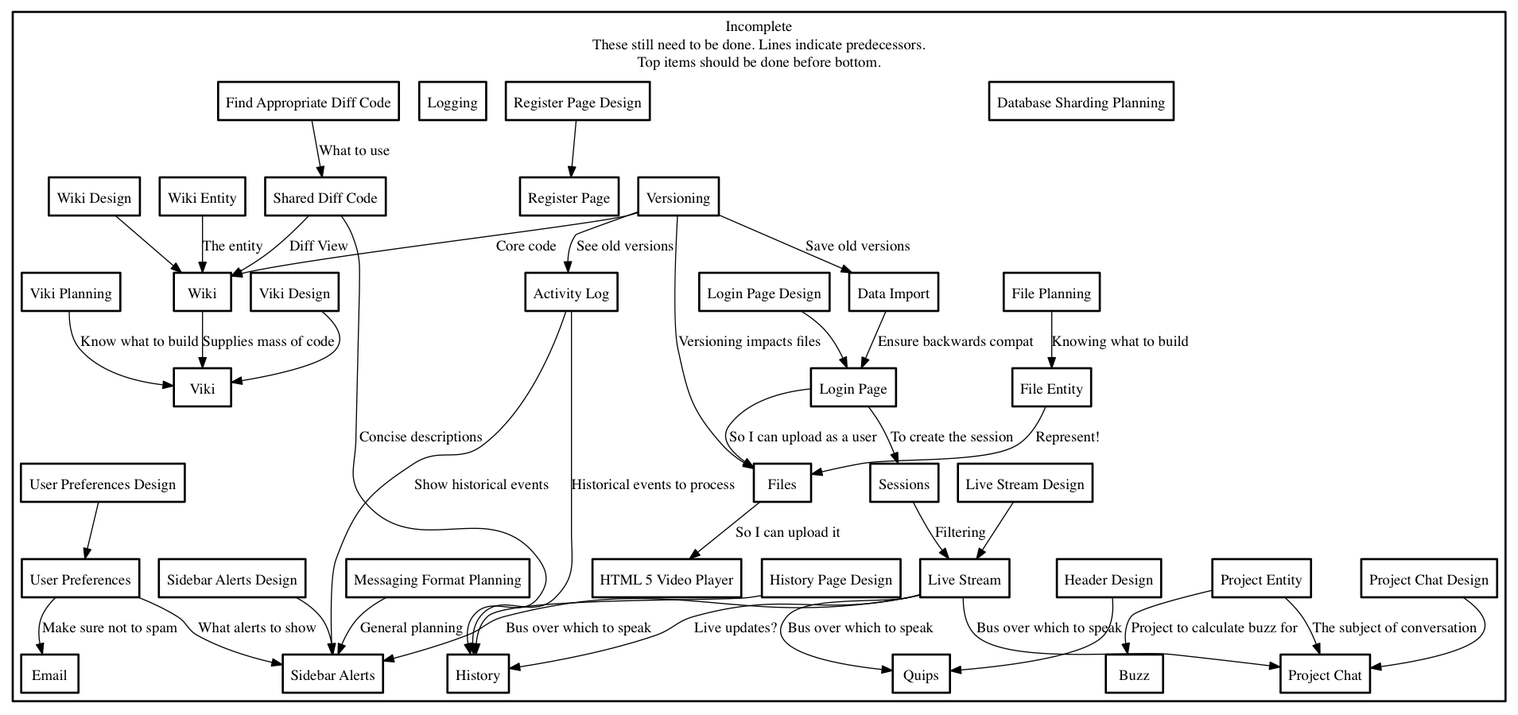
This is needed.png from negativeview/Velour-1.5, a Graphviz export, as it was before one commit. Its source is kept beside it as needed.dot.
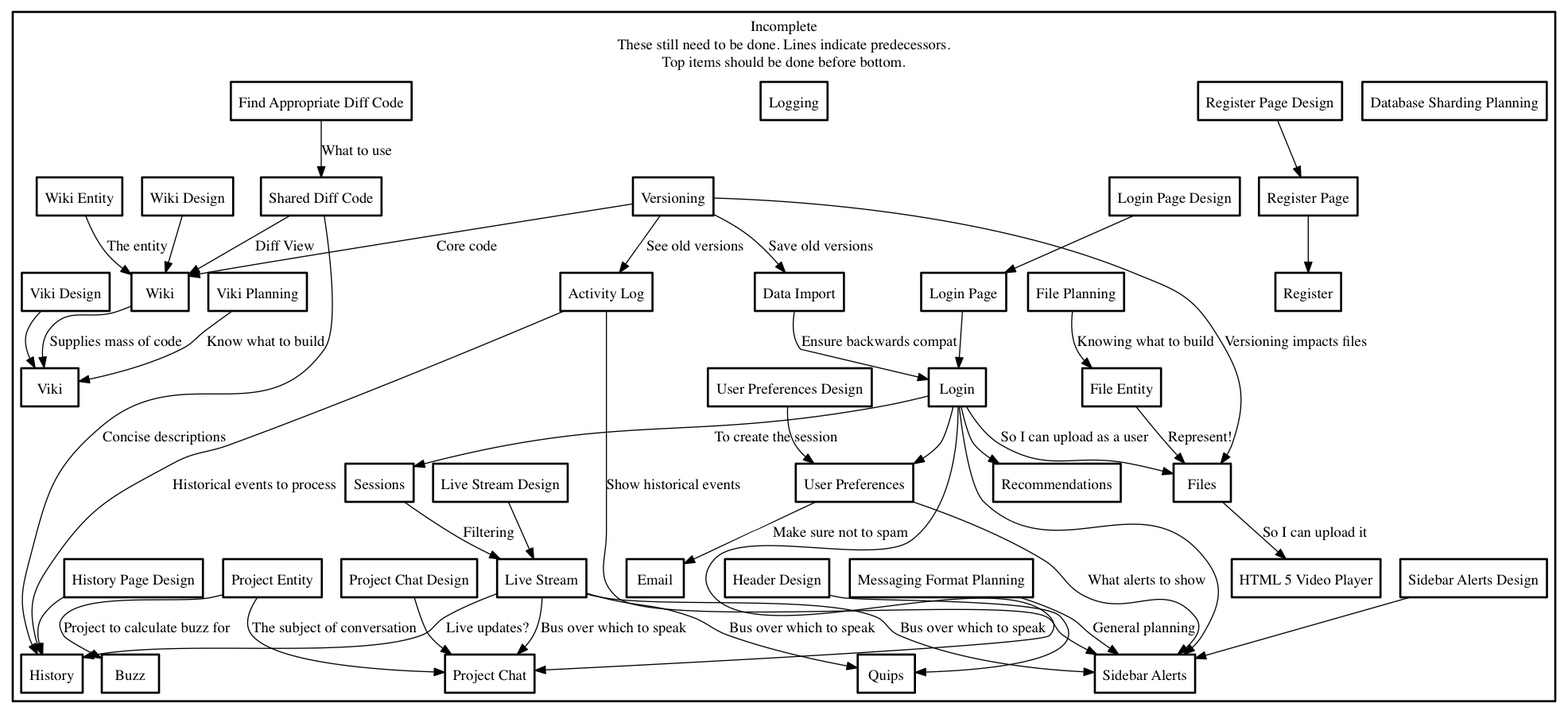
The same diagram one commit later.

Commit message:
Furthering style, and updating dot to be more accurate to work needed.

Diff of the diagram source:
```diff
@@ -29,11 +29,14 @@
         logging [ label="Logging" ];
         login_page_design [ label = "Login Page Design" ];
         login_page [ label="Login Page" ];
+        login [ label = "Login" ];
         project_chat_design [ label = "Project Chat Design" ];
         project_chat [ label="Project Chat" ];
         project_entity [ label="Project Entity" ];
+        recommendations [ label = "Recommendations" ];
         register_page_design [ label = "Register Page Design" ];
         register_page [ label="Register Page" ];
+        register [ label = "Register" ];
         sessions [ label="Sessions" ];
         sidebar_alerts_design [ label = "Sidebar Alerts Design" ];
         sidebar_alerts [ label="Sidebar Alerts" ];
@@ -51,7 +54,7 @@
     activity_log->history_tool [ label = "Historical events to process" ];
     activity_log->sidebar_alerts [ label = "Show historical events" ];
     alert_format_planning->sidebar_alerts [ label = "General planning" ];
-    data_import->login_page [ label = "Ensure backwards compat" ];
+    data_import->login [ label = "Ensure backwards compat" ];
     diff_code->history_tool [ label = "Concise descriptions"];
     diff_code->wiki [ label = "Diff View" ];
     diff_search->diff_code [ label = "What to use"];
@@ -66,12 +69,18 @@
     live_stream->project_chat [ label = "Bus over which to speak" ];
     live_stream->sidebar_alerts [ label = "Bus over which to speak" ];
     login_page_design->login_page;
-    login_page->files [ label="So I can upload as a user" ];
-    login_page->sessions [ label = "To create the session" ];
+    login_page->login;
+    login->project_chat;
+    login->recommendations;
+    login->sidebar_alerts;
+    login->user_preferences;
+    login->sessions [ label = "To create the session" ];
+    login->files [ label="So I can upload as a user" ];
     project_chat_design->project_chat;
     project_entity->buzz [ label = "Project to calculate buzz for" ];
     project_entity->project_chat [ label = "The subject of conversation" ];
     register_page_design->register_page;
+    register_page->register;
     sessions->live_stream [ label = "Filtering" ];
     sidebar_alerts_design->sidebar_alerts;
     user_preferences_design->user_preferences;
```
